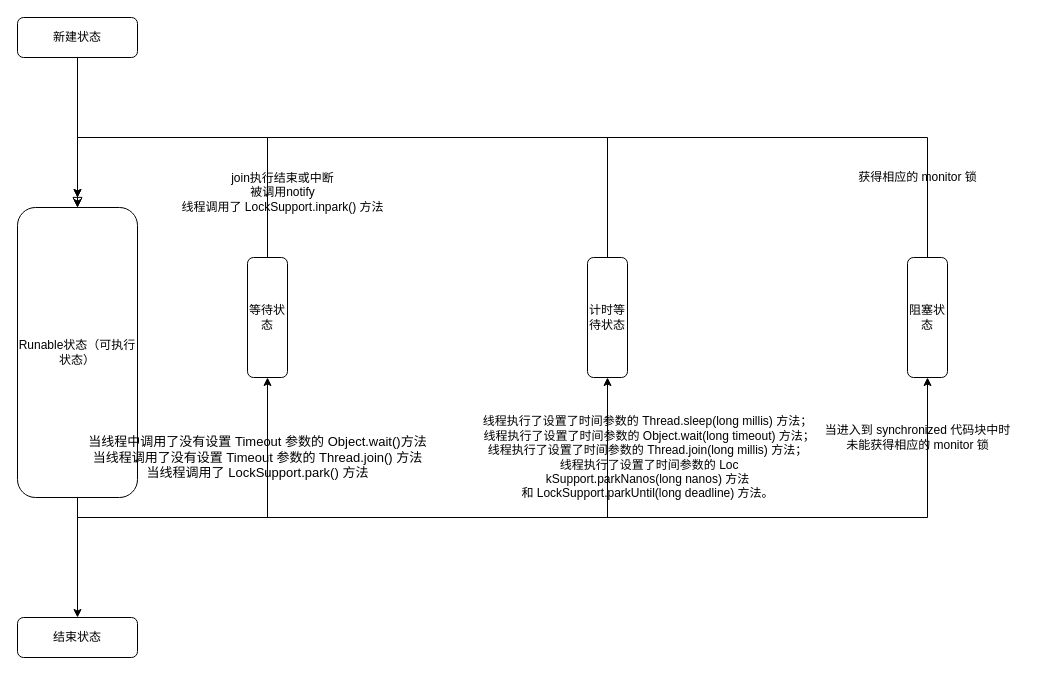
Before: java线程状态关系.drawio in Rain-ziyu/img, a draw.io diagram. Source tidied: cells renumbered, new cells numbered last; positions are measured from the earlier drawing's top-left corner, leaving out a move shared by most shapes. Both pictures are drawn from the tidied source at 100%, with x=0, y=0 at pixel (17, 17).
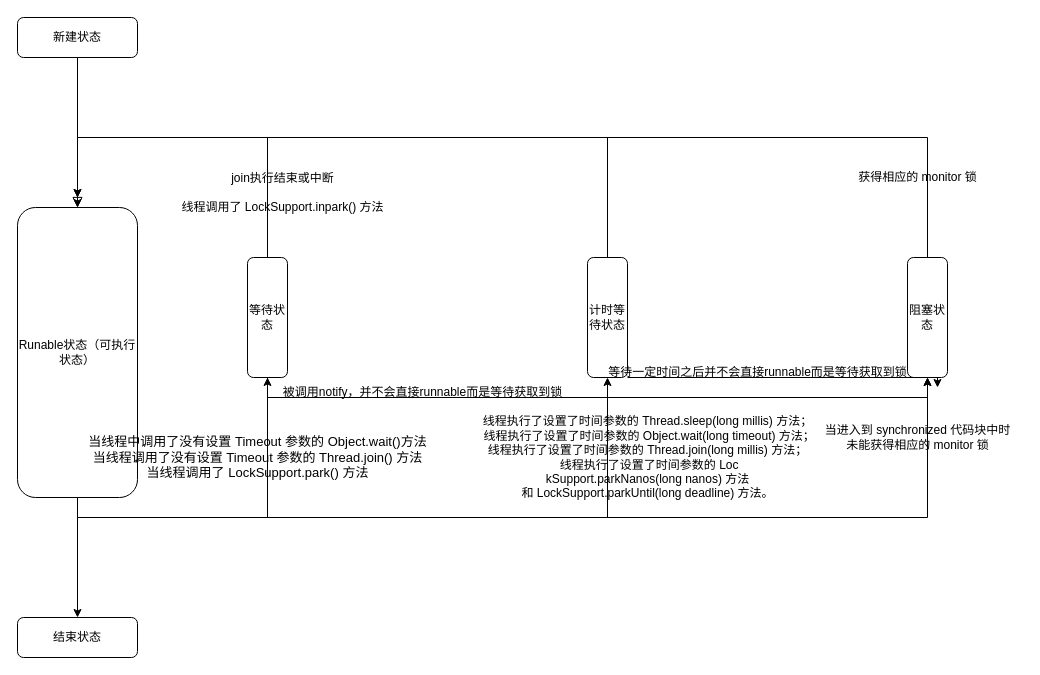
Above is the later version.

Commit message (it also covers changes not shown here):
更新java线程状态关系.drawio

Unchanged cells that the change refers to:
```xml
<mxCell id="11" value="阻塞状态" style="rounded=1;whiteSpace=wrap;html=1;direction=south;" parent="1" vertex="1">
  <mxGeometry x="890" y="240" width="40" height="120" as="geometry" />
</mxCell>
<mxCell id="13" value="计时等待状态" style="rounded=1;whiteSpace=wrap;html=1;direction=south;" parent="1" vertex="1">
  <mxGeometry x="570" y="240" width="40" height="120" as="geometry" />
</mxCell>
<mxCell id="15" value="等待状态" style="rounded=1;whiteSpace=wrap;html=1;fontSize=12;glass=0;strokeWidth=1;shadow=0;direction=south;" parent="1" vertex="1">
  <mxGeometry x="230" y="240" width="40" height="120" as="geometry" />
</mxCell>
```

Change to the diagram source:
```diff
@@
+    <mxCell id="21" style="edgeStyle=orthogonalEdgeStyle;rounded=0;jettySize=auto;html=1;" parent="1" edge="1" source="13">
+      <mxGeometry relative="1" as="geometry">
+        <mxPoint x="920" y="370" as="targetPoint" />
+        <Array as="points">
+          <mxPoint x="920" y="360" />
+        </Array>
+      </mxGeometry>
+    </mxCell>
@@
+    <mxCell id="22" style="edgeStyle=orthogonalEdgeStyle;rounded=0;jettySize=auto;html=1;entryX=1;entryY=0.5;entryDx=0;entryDy=0;" parent="1" edge="1" source="15" target="11">
+      <mxGeometry relative="1" as="geometry">
+        <Array as="points">
+          <mxPoint x="250" y="380" />
+          <mxPoint x="910" y="380" />
+        </Array>
+      </mxGeometry>
+    </mxCell>
@@
-    <mxCell id="19" value="join执行结束或中断&lt;br&gt;被调用notify&lt;br&gt;线程调用了 LockSupport.inpark() 方法" style="text;html=1;align=center;verticalAlign=middle;strokeColor=none;fillColor=none;" parent="1" vertex="1">
+    <mxCell id="19" value="join执行结束或中断&lt;br&gt;&lt;br&gt;线程调用了 LockSupport.inpark() 方法" style="text;html=1;align=center;verticalAlign=middle;strokeColor=none;fillColor=none;" parent="1" vertex="1">
       <mxGeometry x="150" y="145" width="230" height="60" as="geometry" />
     </mxCell>
@@
+    <mxCell id="23" value="被调用notify，并不会直接runnable而是等待获取到锁" style="text;html=1;align=center;verticalAlign=middle;strokeColor=none;fillColor=none;" parent="1" vertex="1">
+      <mxGeometry x="255" y="360" width="300" height="30" as="geometry" />
+    </mxCell>
+    <mxCell id="24" value="等待一定时间之后并不会直接runnable而是等待获取到锁" style="text;html=1;align=center;verticalAlign=middle;strokeColor=none;fillColor=none;" parent="1" vertex="1">
+      <mxGeometry x="580" y="340" width="320" height="30" as="geometry" />
+    </mxCell>
```
